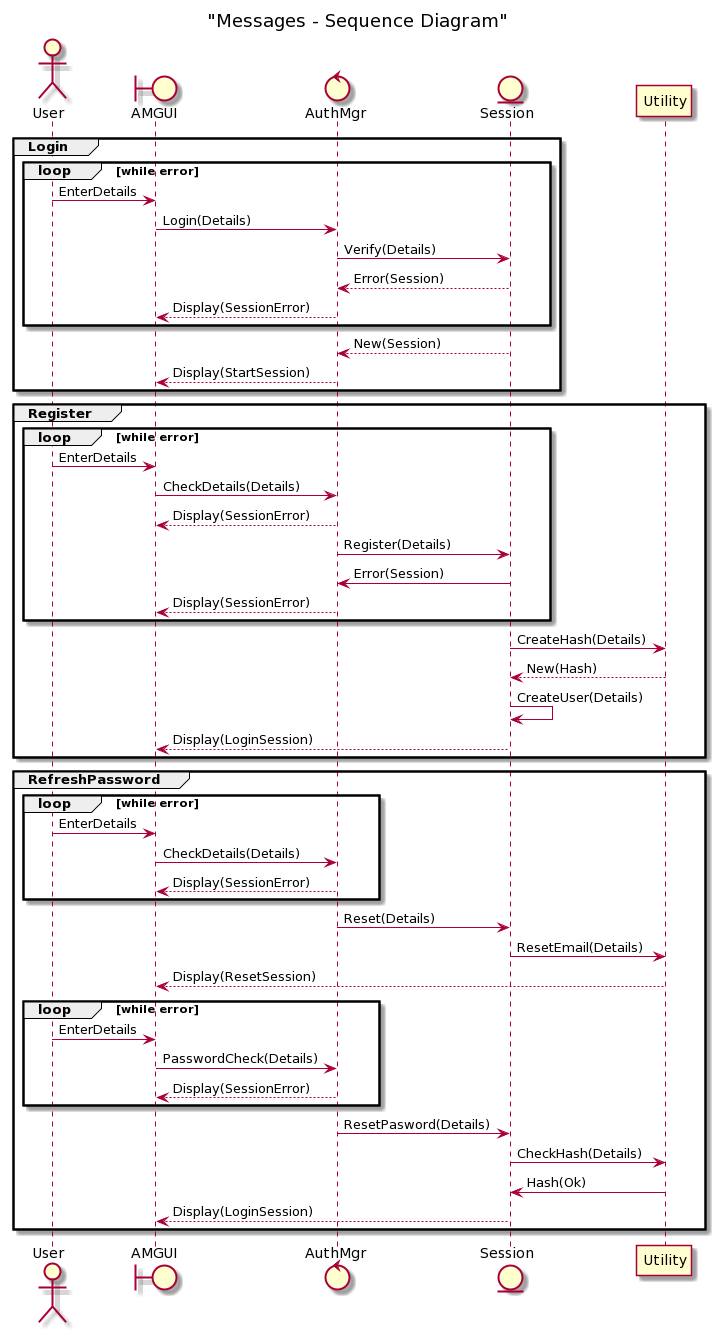
Earlier version of the PlantUML export thesis/ukapp2/wqu_isc/images/auth_sequence.png (deeperj/dillinger). The source it was exported from:
```plantuml
@startuml
title "Messages - Sequence Diagram"

actor User
boundary "AMGUI" as GUI
control "AuthMgr" as Mgr
entity Session

group Login
loop while error
    User -> GUI : EnterDetails
    GUI -> Mgr : Login(Details)
    Mgr -> Session : Verify(Details)
    Session-->Mgr : Error(Session)
    Mgr-->GUI : Display(SessionError)
end
Session-->Mgr : New(Session)
Mgr-->GUI : Display(StartSession)
end

group Register
loop while error
    User -> GUI : EnterDetails
    GUI -> Mgr : CheckDetails(Details)
    Mgr-->GUI : Display(SessionError)
    Mgr->Session : Register(Details)
    Session->Mgr:Error(Session)
    Mgr-->GUI : Display(SessionError)
end
Session -> Utility : CreateHash(Details)
Utility-->Session : New(Hash)
Session->Session : CreateUser(Details)
Session-->GUI : Display(LoginSession)
end

group RefreshPassword
loop while error
    User -> GUI : EnterDetails
    GUI -> Mgr : CheckDetails(Details)
    Mgr-->GUI : Display(SessionError)
end
Mgr->Session : Reset(Details)
Session->Utility:ResetEmail(Details)
Utility-->GUI : Display(ResetSession)
loop while error
    User -> GUI : EnterDetails
    GUI -> Mgr : PasswordCheck(Details)
    Mgr-->GUI : Display(SessionError)
end
Mgr -> Session : ResetPasword(Details)
Session->Utility : CheckHash(Details)
Utility->Session : Hash(Ok)
Session-->GUI : Display(LoginSession)
end
@enduml
```
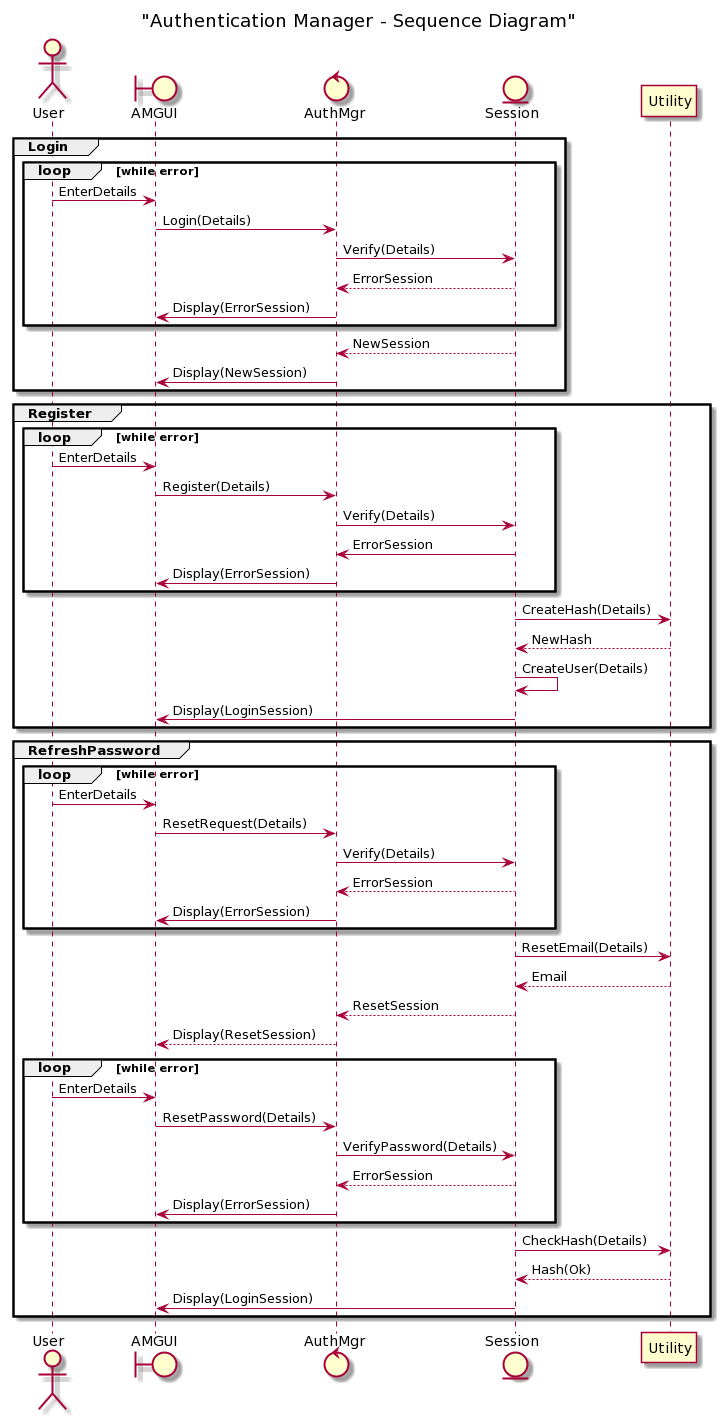
After the commit.

Commit message:
auth seq

Diff of the diagram source:
```diff
@@ -1,5 +1,5 @@
 @startuml
-title "Messages - Sequence Diagram"
+title "Authentication Manager - Sequence Diagram"
 
 actor User
 boundary "AMGUI" as GUI
@@ -11,45 +11,48 @@
     User -> GUI : EnterDetails
     GUI -> Mgr : Login(Details)
     Mgr -> Session : Verify(Details)
-    Session-->Mgr : Error(Session)
-    Mgr-->GUI : Display(SessionError)
+    Session-->Mgr : ErrorSession
+    Mgr->GUI : Display(ErrorSession)
 end
-Session-->Mgr : New(Session)
-Mgr-->GUI : Display(StartSession)
+Session-->Mgr : NewSession
+Mgr->GUI : Display(NewSession)
 end
 
 group Register
 loop while error
     User -> GUI : EnterDetails
-    GUI -> Mgr : CheckDetails(Details)
-    Mgr-->GUI : Display(SessionError)
-    Mgr->Session : Register(Details)
-    Session->Mgr:Error(Session)
-    Mgr-->GUI : Display(SessionError)
+    GUI -> Mgr : Register(Details)
+    Mgr->Session : Verify(Details)
+    Session->Mgr:ErrorSession
+    Mgr->GUI : Display(ErrorSession)
 end
 Session -> Utility : CreateHash(Details)
-Utility-->Session : New(Hash)
+Utility-->Session : NewHash
 Session->Session : CreateUser(Details)
-Session-->GUI : Display(LoginSession)
+Session->GUI : Display(LoginSession)
 end
 
 group RefreshPassword
 loop while error
     User -> GUI : EnterDetails
-    GUI -> Mgr : CheckDetails(Details)
-    Mgr-->GUI : Display(SessionError)
+    GUI -> Mgr : ResetRequest(Details)
+    Mgr -> Session : Verify(Details)
+    Session --> Mgr : ErrorSession
+    Mgr->GUI : Display(ErrorSession)
 end
-Mgr->Session : Reset(Details)
 Session->Utility:ResetEmail(Details)
-Utility-->GUI : Display(ResetSession)
+Utility-->Session:Email
+Session-->Mgr:ResetSession
+Mgr-->GUI : Display(ResetSession)
 loop while error
     User -> GUI : EnterDetails
-    GUI -> Mgr : PasswordCheck(Details)
-    Mgr-->GUI : Display(SessionError)
+    GUI -> Mgr : ResetPassword(Details)
+    Mgr -> Session : VerifyPassword(Details)
+    Session --> Mgr : ErrorSession
+    Mgr->GUI : Display(ErrorSession)
 end
-Mgr -> Session : ResetPasword(Details)
 Session->Utility : CheckHash(Details)
-Utility->Session : Hash(Ok)
-Session-->GUI : Display(LoginSession)
+Utility-->Session : Hash(Ok)
+Session->GUI : Display(LoginSession)
 end
 @enduml
```
